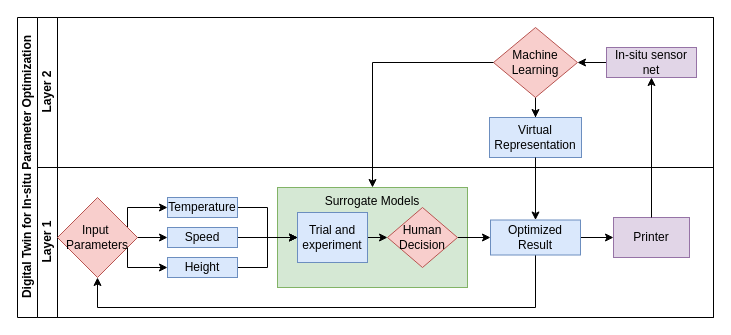
The draw.io diagram 未命名绘图.drawio in KexinYin-in-UK/In-situ-parameter-optimization, before the edit. Source tidied: cells renumbered, new cells numbered last; positions are measured from the earlier drawing's top-left corner, leaving out a move shared by most shapes. Both pictures are drawn from the tidied source at 100%, with x=0, y=0 at pixel (17, 17).
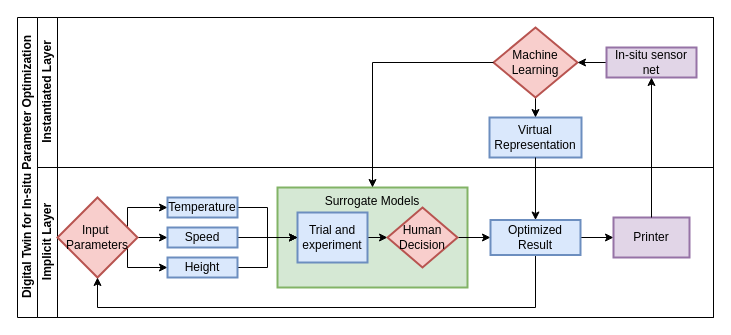
The same diagram, later.

Commit message:
更新未命名绘图.drawio

Unchanged cells that the change refers to:
```xml
<mxCell id="2" value="Digital Twin for In-situ Parameter Optimization" style="swimlane;html=1;horizontal=0;startSize=20;" parent="1" vertex="1">
  <mxGeometry width="696" height="300" as="geometry" />
</mxCell>
```

What changed in the source:
```diff
@@
-    <mxCell id="3" value="Layer 2" style="swimlane;html=1;startSize=20;horizontal=0;" parent="2" vertex="1">
+    <mxCell id="3" value="Instantiated Layer" style="swimlane;html=1;startSize=20;horizontal=0;" parent="2" vertex="1">
       <mxGeometry x="20" width="676" height="150" as="geometry" />
     </mxCell>
@@
-    <mxCell id="5" value="Machine&lt;br&gt;Learning" style="rhombus;whiteSpace=wrap;html=1;fontFamily=Helvetica;fontSize=12;align=center;fillColor=#f8cecc;strokeColor=#b85450;" parent="3" vertex="1">
+    <mxCell id="5" value="Machine&lt;br&gt;Learning" style="rhombus;whiteSpace=wrap;html=1;fontFamily=Helvetica;fontSize=12;align=center;fillColor=#f8cecc;strokeColor=#b85450;strokeWidth=2;" parent="3" vertex="1">
       <mxGeometry x="456" y="10" width="84" height="70" as="geometry" />
     </mxCell>
@@
-    <mxCell id="7" value="In-situ sensor net" style="rounded=0;whiteSpace=wrap;html=1;fillColor=#e1d5e7;strokeColor=#9673a6;" parent="3" vertex="1">
+    <mxCell id="7" value="In-situ sensor net" style="rounded=0;whiteSpace=wrap;html=1;fillColor=#e1d5e7;strokeColor=#9673a6;strokeWidth=2;" parent="3" vertex="1">
       <mxGeometry x="569" y="30" width="90" height="30" as="geometry" />
     </mxCell>
-    <mxCell id="8" value="Virtual&lt;br&gt;Representation" style="rounded=0;whiteSpace=wrap;html=1;fontFamily=Helvetica;fontSize=12;align=center;fillColor=#dae8fc;strokeColor=#6c8ebf;" parent="3" vertex="1">
+    <mxCell id="8" value="Virtual&lt;br&gt;Representation" style="rounded=0;whiteSpace=wrap;html=1;fontFamily=Helvetica;fontSize=12;align=center;fillColor=#dae8fc;strokeColor=#6c8ebf;strokeWidth=2;" parent="3" vertex="1">
       <mxGeometry x="452" y="100" width="92" height="40" as="geometry" />
     </mxCell>
-    <mxCell id="9" value="Layer 1" style="swimlane;html=1;startSize=20;horizontal=0;" parent="2" vertex="1">
+    <mxCell id="9" value="Implicit Layer" style="swimlane;html=1;startSize=20;horizontal=0;" parent="2" vertex="1">
       <mxGeometry x="20" y="150" width="676" height="150" as="geometry" />
     </mxCell>
-    <mxCell id="10" value="Surrogate Models" style="rounded=0;whiteSpace=wrap;html=1;verticalAlign=top;fillColor=#d5e8d4;strokeColor=#82b366;" parent="9" vertex="1">
+    <mxCell id="10" value="Surrogate Models" style="rounded=0;whiteSpace=wrap;html=1;verticalAlign=top;fillColor=#d5e8d4;strokeColor=#82b366;strokeWidth=2;" parent="9" vertex="1">
       <mxGeometry x="240" y="20" width="190" height="100" as="geometry" />
     </mxCell>
@@
-    <mxCell id="12" value="Trial and experiment" style="rounded=0;whiteSpace=wrap;html=1;fontFamily=Helvetica;fontSize=12;align=center;fillColor=#dae8fc;strokeColor=#6c8ebf;" parent="9" vertex="1">
+    <mxCell id="12" value="Trial and experiment" style="rounded=0;whiteSpace=wrap;html=1;fontFamily=Helvetica;fontSize=12;align=center;fillColor=#dae8fc;strokeColor=#6c8ebf;strokeWidth=2;" parent="9" vertex="1">
       <mxGeometry x="260" y="45" width="70" height="50" as="geometry" />
     </mxCell>
@@
-    <mxCell id="14" value="Human&lt;br&gt;Decision" style="rhombus;whiteSpace=wrap;html=1;fontFamily=Helvetica;fontSize=12;align=center;fillColor=#f8cecc;strokeColor=#b85450;" parent="9" vertex="1">
+    <mxCell id="14" value="Human&lt;br&gt;Decision" style="rhombus;whiteSpace=wrap;html=1;fontFamily=Helvetica;fontSize=12;align=center;fillColor=#f8cecc;strokeColor=#b85450;strokeWidth=2;" parent="9" vertex="1">
       <mxGeometry x="350" y="40" width="70" height="60" as="geometry" />
     </mxCell>
@@
-    <mxCell id="18" value="Input&amp;nbsp;&lt;br&gt;Parameters" style="rhombus;whiteSpace=wrap;html=1;fillColor=#f8cecc;strokeColor=#b85450;" parent="9" vertex="1">
+    <mxCell id="18" value="Input&amp;nbsp;&lt;br&gt;Parameters" style="rhombus;whiteSpace=wrap;html=1;fillColor=#f8cecc;strokeColor=#b85450;strokeWidth=2;" parent="9" vertex="1">
       <mxGeometry x="20" y="30" width="80" height="80" as="geometry" />
     </mxCell>
@@
-    <mxCell id="20" value="Temperature" style="rounded=0;whiteSpace=wrap;html=1;fillColor=#dae8fc;strokeColor=#6c8ebf;" parent="9" vertex="1">
+    <mxCell id="20" value="Temperature" style="rounded=0;whiteSpace=wrap;html=1;fillColor=#dae8fc;strokeColor=#6c8ebf;strokeWidth=2;" parent="9" vertex="1">
       <mxGeometry x="130" y="30" width="70" height="20" as="geometry" />
     </mxCell>
@@
-    <mxCell id="22" value="Speed" style="rounded=0;whiteSpace=wrap;html=1;fillColor=#dae8fc;strokeColor=#6c8ebf;" parent="9" vertex="1">
+    <mxCell id="22" value="Speed" style="rounded=0;whiteSpace=wrap;html=1;fillColor=#dae8fc;strokeColor=#6c8ebf;strokeWidth=2;" parent="9" vertex="1">
       <mxGeometry x="130" y="60" width="70" height="20" as="geometry" />
     </mxCell>
@@
-    <mxCell id="24" value="Height" style="rounded=0;whiteSpace=wrap;html=1;fillColor=#dae8fc;strokeColor=#6c8ebf;" parent="9" vertex="1">
+    <mxCell id="24" value="Height" style="rounded=0;whiteSpace=wrap;html=1;fillColor=#dae8fc;strokeColor=#6c8ebf;strokeWidth=2;" parent="9" vertex="1">
       <mxGeometry x="130" y="90" width="70" height="20" as="geometry" />
     </mxCell>
@@
-    <mxCell id="27" value="Optimized Result" style="rounded=0;whiteSpace=wrap;html=1;fillColor=#dae8fc;strokeColor=#6c8ebf;" parent="9" vertex="1">
+    <mxCell id="27" value="Optimized Result" style="rounded=0;whiteSpace=wrap;html=1;fillColor=#dae8fc;strokeColor=#6c8ebf;strokeWidth=2;" parent="9" vertex="1">
       <mxGeometry x="453" y="52.5" width="90" height="35" as="geometry" />
     </mxCell>
-    <mxCell id="28" value="Printer" style="rounded=0;whiteSpace=wrap;html=1;fillColor=#e1d5e7;strokeColor=#9673a6;" parent="9" vertex="1">
+    <mxCell id="28" value="Printer" style="rounded=0;whiteSpace=wrap;html=1;fillColor=#e1d5e7;strokeColor=#9673a6;strokeWidth=2;" parent="9" vertex="1">
       <mxGeometry x="576" y="50" width="76" height="40" as="geometry" />
     </mxCell>
```
